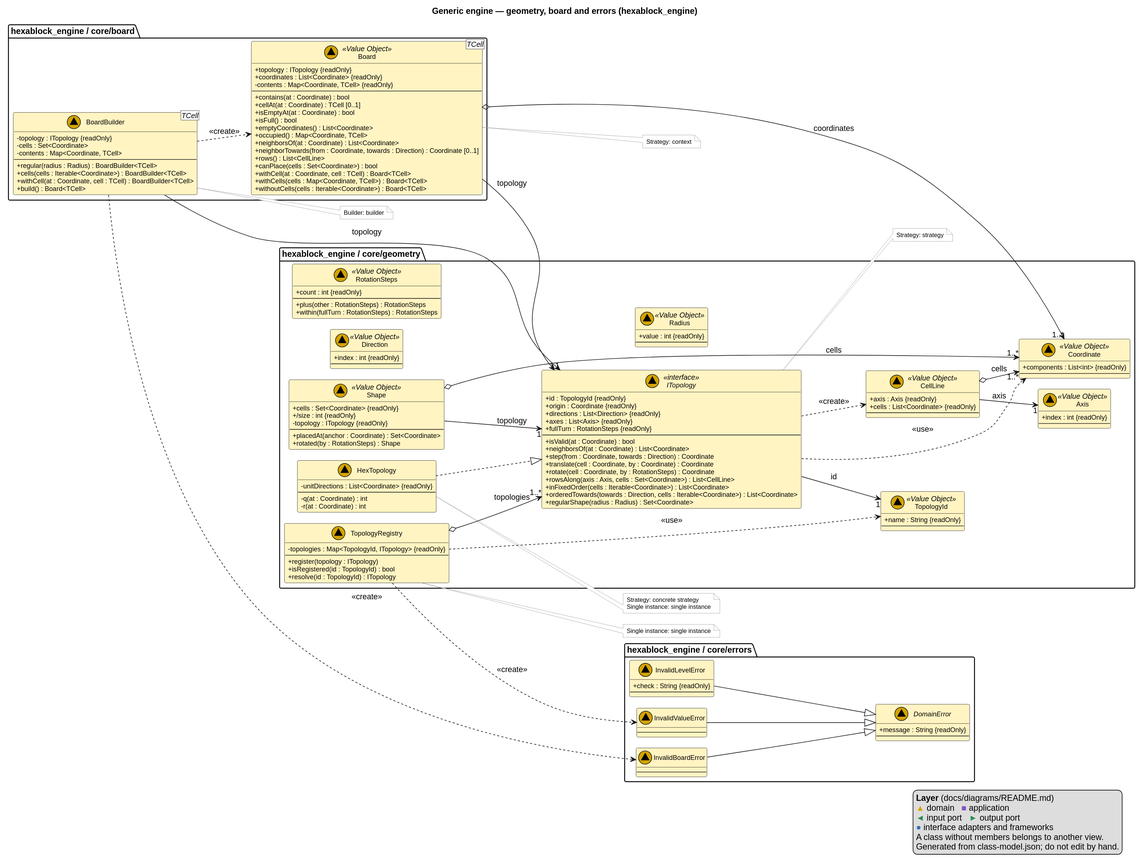
This is docs/diagrams/class-diagram-engine-board.svg from hexablock-ucab/hexablock-app, a PlantUML export, as it was before one commit. Its diagram source:
```plantuml
@startuml
!pragma layout smetana
skinparam dpi 192
left to right direction
skinparam classAttributeIconSize 0
skinparam shadowing false
skinparam packageStyle folder
skinparam defaultFontName Arial
skinparam class {
  FontSize 12
  AttributeFontSize 11
}
skinparam note {
  BackgroundColor #FFFFFF
  BorderColor #999999
  FontSize 10
}
title Generic engine — geometry, board and errors (hexablock_engine)

package "hexablock_engine / core/geometry" {
  class Coordinate << (▲,#D4A300) Value Object >> #FFF4C2 {
    +components : List<int> {readOnly}
    --
  }
  interface ITopology << (▲,#D4A300) interface >> #FFF4C2 {
    +id : TopologyId {readOnly}
    +origin : Coordinate {readOnly}
    +directions : List<Direction> {readOnly}
    +axes : List<Axis> {readOnly}
    +fullTurn : RotationSteps {readOnly}
    --
    +isValid(at : Coordinate) : bool
    +neighborsOf(at : Coordinate) : List<Coordinate>
    +step(from : Coordinate, towards : Direction) : Coordinate
    +translate(cell : Coordinate, by : Coordinate) : Coordinate
    +rotate(cell : Coordinate, by : RotationSteps) : Coordinate
    +rowsAlong(axis : Axis, cells : Set<Coordinate>) : List<CellLine>
    +inFixedOrder(cells : Iterable<Coordinate>) : List<Coordinate>
    +orderedTowards(towards : Direction, cells : Iterable<Coordinate>) : List<Coordinate>
    +regularShape(radius : Radius) : Set<Coordinate>
  }
  class HexTopology << (▲,#D4A300) >> #FFF4C2 {
    -unitDirections : List<Coordinate> {readOnly}
    --
    -q(at : Coordinate) : int
    -r(at : Coordinate) : int
  }
  class TopologyId << (▲,#D4A300) Value Object >> #FFF4C2 {
    +name : String {readOnly}
    --
  }
  class TopologyRegistry << (▲,#D4A300) >> #FFF4C2 {
    -topologies : Map<TopologyId, ITopology> {readOnly}
    --
    +register(topology : ITopology)
    +isRegistered(id : TopologyId) : bool
    +resolve(id : TopologyId) : ITopology
  }
  class Direction << (▲,#D4A300) Value Object >> #FFF4C2 {
    +index : int {readOnly}
    --
  }
  class Axis << (▲,#D4A300) Value Object >> #FFF4C2 {
    +index : int {readOnly}
    --
  }
  class RotationSteps << (▲,#D4A300) Value Object >> #FFF4C2 {
    +count : int {readOnly}
    --
    +plus(other : RotationSteps) : RotationSteps
    +within(fullTurn : RotationSteps) : RotationSteps
  }
  class Radius << (▲,#D4A300) Value Object >> #FFF4C2 {
    +value : int {readOnly}
    --
  }
  class Shape << (▲,#D4A300) Value Object >> #FFF4C2 {
    +cells : Set<Coordinate> {readOnly}
    +/size : int {readOnly}
    -topology : ITopology {readOnly}
    --
    +placedAt(anchor : Coordinate) : Set<Coordinate>
    +rotated(by : RotationSteps) : Shape
  }
  class CellLine << (▲,#D4A300) Value Object >> #FFF4C2 {
    +axis : Axis {readOnly}
    +cells : List<Coordinate> {readOnly}
    --
  }
}
package "hexablock_engine / core/board" {
  class Board<TCell> << (▲,#D4A300) Value Object >> #FFF4C2 {
    +topology : ITopology {readOnly}
    +coordinates : List<Coordinate> {readOnly}
    -contents : Map<Coordinate, TCell> {readOnly}
    --
    +contains(at : Coordinate) : bool
    +cellAt(at : Coordinate) : TCell [0..1]
    +isEmptyAt(at : Coordinate) : bool
    +isFull() : bool
    +emptyCoordinates() : List<Coordinate>
    +occupied() : Map<Coordinate, TCell>
    +neighborsOf(at : Coordinate) : List<Coordinate>
    +neighborTowards(from : Coordinate, towards : Direction) : Coordinate [0..1]
    +rows() : List<CellLine>
    +canPlace(cells : Set<Coordinate>) : bool
    +withCell(at : Coordinate, cell : TCell) : Board<TCell>
    +withCells(cells : Map<Coordinate, TCell>) : Board<TCell>
    +withoutCells(cells : Iterable<Coordinate>) : Board<TCell>
  }
  class BoardBuilder<TCell> << (▲,#D4A300) >> #FFF4C2 {
    -topology : ITopology {readOnly}
    -cells : Set<Coordinate>
    -contents : Map<Coordinate, TCell>
    --
    +regular(radius : Radius) : BoardBuilder<TCell>
    +cells(cells : Iterable<Coordinate>) : BoardBuilder<TCell>
    +withCell(at : Coordinate, cell : TCell) : BoardBuilder<TCell>
    +build() : Board<TCell>
  }
}
package "hexablock_engine / core/errors" {
  abstract class DomainError << (▲,#D4A300) >> #FFF4C2 {
    +message : String {readOnly}
    --
  }
  class InvalidValueError << (▲,#D4A300) >> #FFF4C2 {
    --
  }
  class InvalidBoardError << (▲,#D4A300) >> #FFF4C2 {
    --
  }
  class InvalidLevelError << (▲,#D4A300) >> #FFF4C2 {
    +check : String {readOnly}
    --
  }
}

ITopology --> "1" TopologyId : id
ITopology ..> Coordinate : <<use>>
ITopology ..> CellLine : <<create>>
HexTopology ..|> ITopology
TopologyRegistry o--> "1..*" ITopology : topologies
TopologyRegistry ..> TopologyId : <<use>>
TopologyRegistry ..> InvalidValueError : <<create>>
Shape --> "1" ITopology : topology
Shape o--> "1..*" Coordinate : cells
CellLine --> "1" Axis : axis
CellLine o--> "1..*" Coordinate : cells
Board --> "1" ITopology : topology
Board o--> "1..*" Coordinate : coordinates
BoardBuilder --> "1" ITopology : topology
BoardBuilder ..> Board : <<create>>
BoardBuilder ..> InvalidBoardError : <<create>>
InvalidValueError --|> DomainError
InvalidBoardError --|> DomainError
InvalidLevelError --|> DomainError

note right of ITopology : Strategy: strategy
note right of HexTopology : Strategy: concrete strategy\nSingle instance: single instance
note right of TopologyRegistry : Single instance: single instance
note right of Board : Strategy: context
note right of BoardBuilder : Builder: builder

legend right
  <b>Layer</b> (docs/diagrams/README.md)
  <color:#D4A300>▲</color> domain   <color:#7E57C2>■</color> application
  <color:#2E8B57>◄</color> input port   <color:#2E8B57>►</color> output port
  <color:#2F6DB5>●</color> interface adapters and frameworks
  A class without members belongs to another view.
  Generated from class-model.json; do not edit by hand.
endlegend
@enduml
```
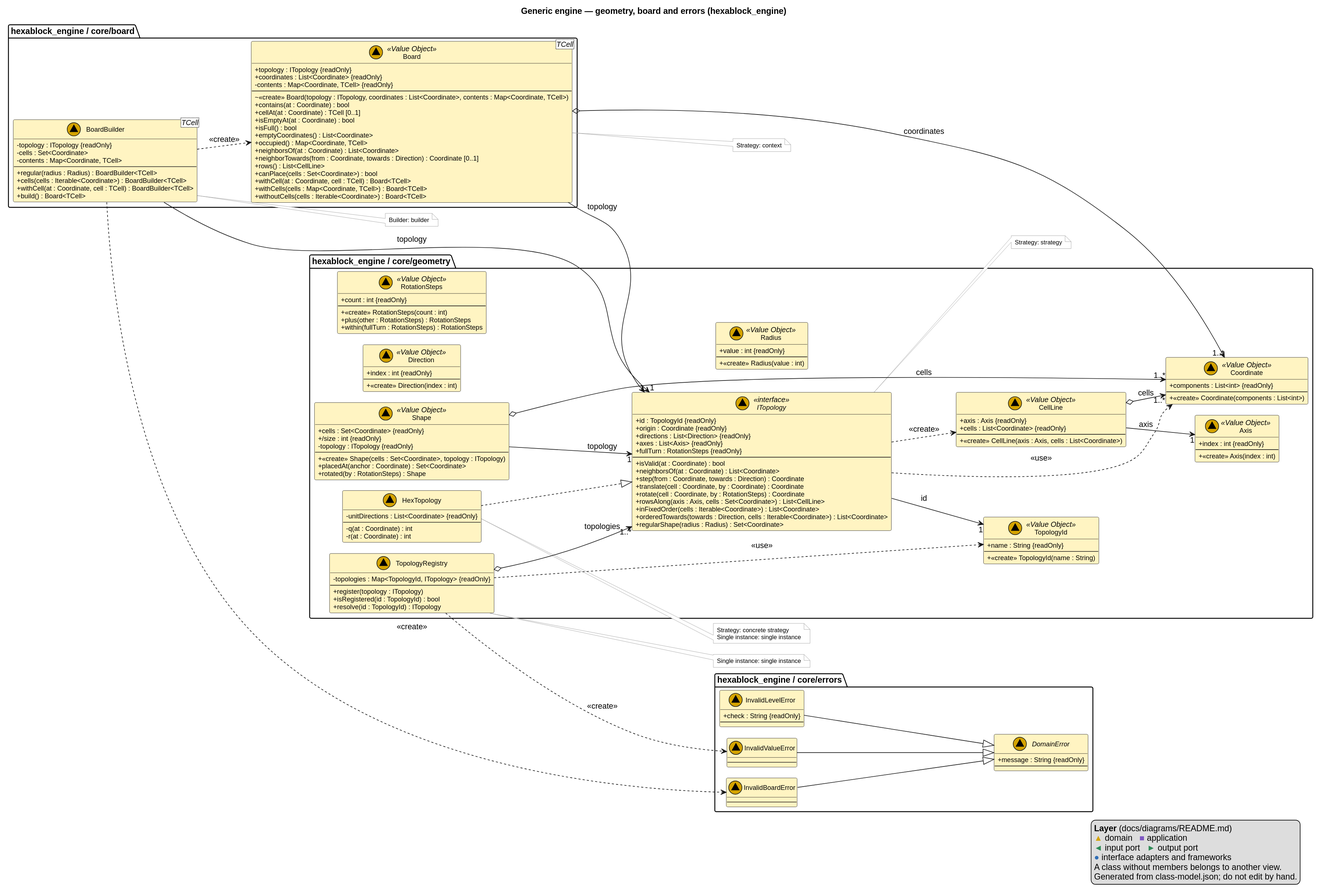
After the commit.

Change to the diagram source:
```diff
@@ -21,6 +21,7 @@
   class Coordinate << (▲,#D4A300) Value Object >> #FFF4C2 {
     +components : List<int> {readOnly}
     --
+    +«create» Coordinate(components : List<int>)
   }
   interface ITopology << (▲,#D4A300) interface >> #FFF4C2 {
     +id : TopologyId {readOnly}
@@ -48,6 +49,7 @@
   class TopologyId << (▲,#D4A300) Value Object >> #FFF4C2 {
     +name : String {readOnly}
     --
+    +«create» TopologyId(name : String)
   }
   class TopologyRegistry << (▲,#D4A300) >> #FFF4C2 {
     -topologies : Map<TopologyId, ITopology> {readOnly}
@@ -59,26 +61,31 @@
   class Direction << (▲,#D4A300) Value Object >> #FFF4C2 {
     +index : int {readOnly}
     --
+    +«create» Direction(index : int)
   }
   class Axis << (▲,#D4A300) Value Object >> #FFF4C2 {
     +index : int {readOnly}
     --
+    +«create» Axis(index : int)
   }
   class RotationSteps << (▲,#D4A300) Value Object >> #FFF4C2 {
     +count : int {readOnly}
     --
+    +«create» RotationSteps(count : int)
     +plus(other : RotationSteps) : RotationSteps
     +within(fullTurn : RotationSteps) : RotationSteps
   }
   class Radius << (▲,#D4A300) Value Object >> #FFF4C2 {
     +value : int {readOnly}
     --
+    +«create» Radius(value : int)
   }
   class Shape << (▲,#D4A300) Value Object >> #FFF4C2 {
     +cells : Set<Coordinate> {readOnly}
     +/size : int {readOnly}
     -topology : ITopology {readOnly}
     --
+    +«create» Shape(cells : Set<Coordinate>, topology : ITopology)
     +placedAt(anchor : Coordinate) : Set<Coordinate>
     +rotated(by : RotationSteps) : Shape
   }
@@ -86,6 +93,7 @@
     +axis : Axis {readOnly}
     +cells : List<Coordinate> {readOnly}
     --
+    +«create» CellLine(axis : Axis, cells : List<Coordinate>)
   }
 }
 package "hexablock_engine / core/board" {
@@ -94,6 +102,7 @@
     +coordinates : List<Coordinate> {readOnly}
     -contents : Map<Coordinate, TCell> {readOnly}
     --
+    ~«create» Board(topology : ITopology, coordinates : List<Coordinate>, contents : Map<Coordinate, TCell>)
     +contains(at : Coordinate) : bool
     +cellAt(at : Coordinate) : TCell [0..1]
     +isEmptyAt(at : Coordinate) : bool
```
